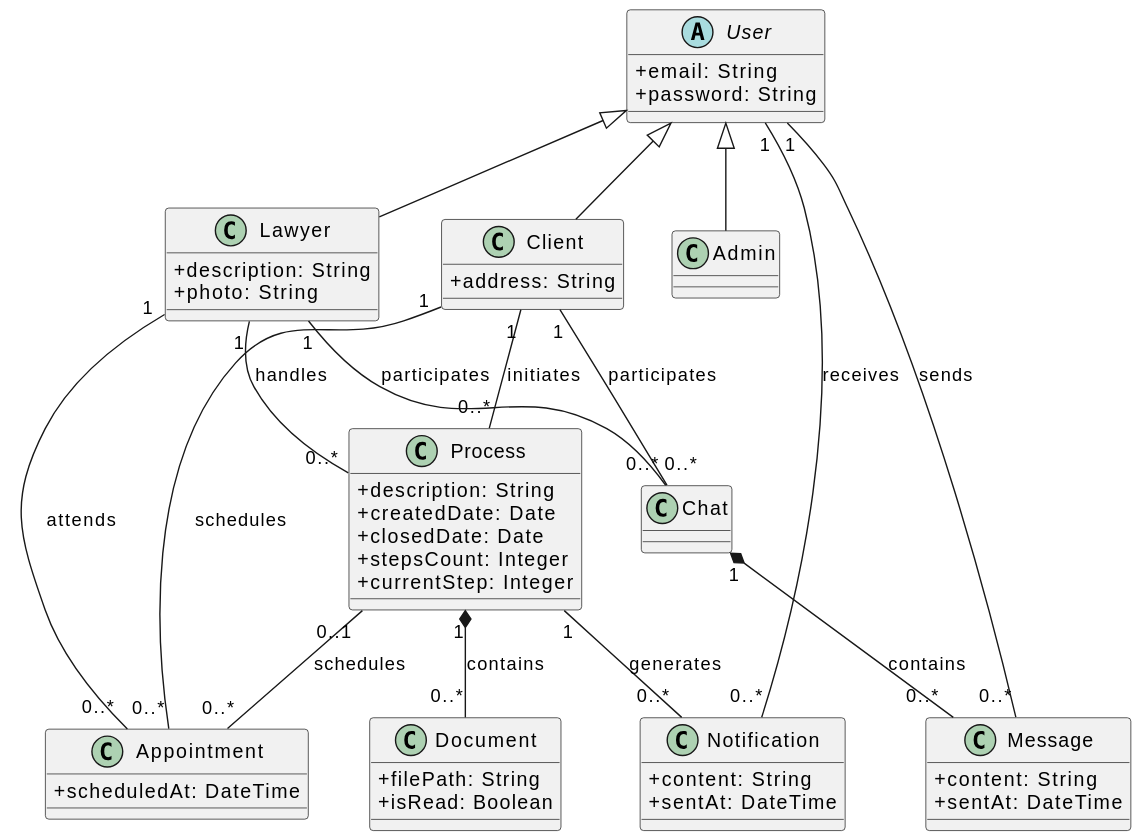
Above: documentation/Domain_Model.svg in leticia-003/Consilium (PlantUML), before the change.
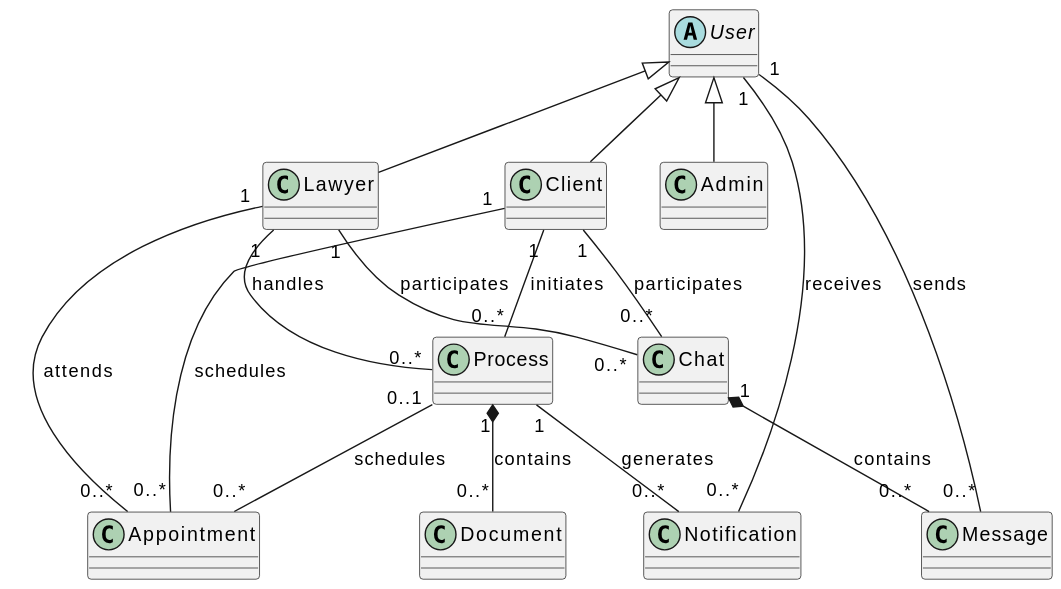
Later version of the same file.

Commit message:
fix: fixed domain model

What changed in the source:
```diff
@@ -2,56 +2,29 @@
 skinparam classAttributeIconSize 0
 
 
-abstract class User {
-    +email: String
-    +password: String
-}
+abstract class User {}
 
 User <|-- Client
 User <|-- Lawyer
 User <|-- Admin
 
-class Client {
-    +address: String
-}
+class Client {}
 
-class Lawyer {
-    +description: String
-    +photo: String
-}
+class Lawyer {}
 
-class Admin {
-}
+class Admin {}
 
-class Process {
-    +description: String
-    +createdDate: Date
-    +closedDate: Date
-    +stepsCount: Integer
-    +currentStep: Integer
-}
+class Process {}
 
-class Document {
-    +filePath: String
-    +isRead: Boolean
-}
+class Document {}
 
-class Notification {
-    +content: String
-    +sentAt: DateTime
-}
+class Notification {}
 
-class Chat {
-}
+class Chat {}
 
-class Message {
-    +content: String
-    +sentAt: DateTime
-}
+class Message {}
 
-class Appointment {
-    +scheduledAt: DateTime
-}
+class Appointment {}
 
 
 Client "1" -- "0..*" Process : initiates
```
